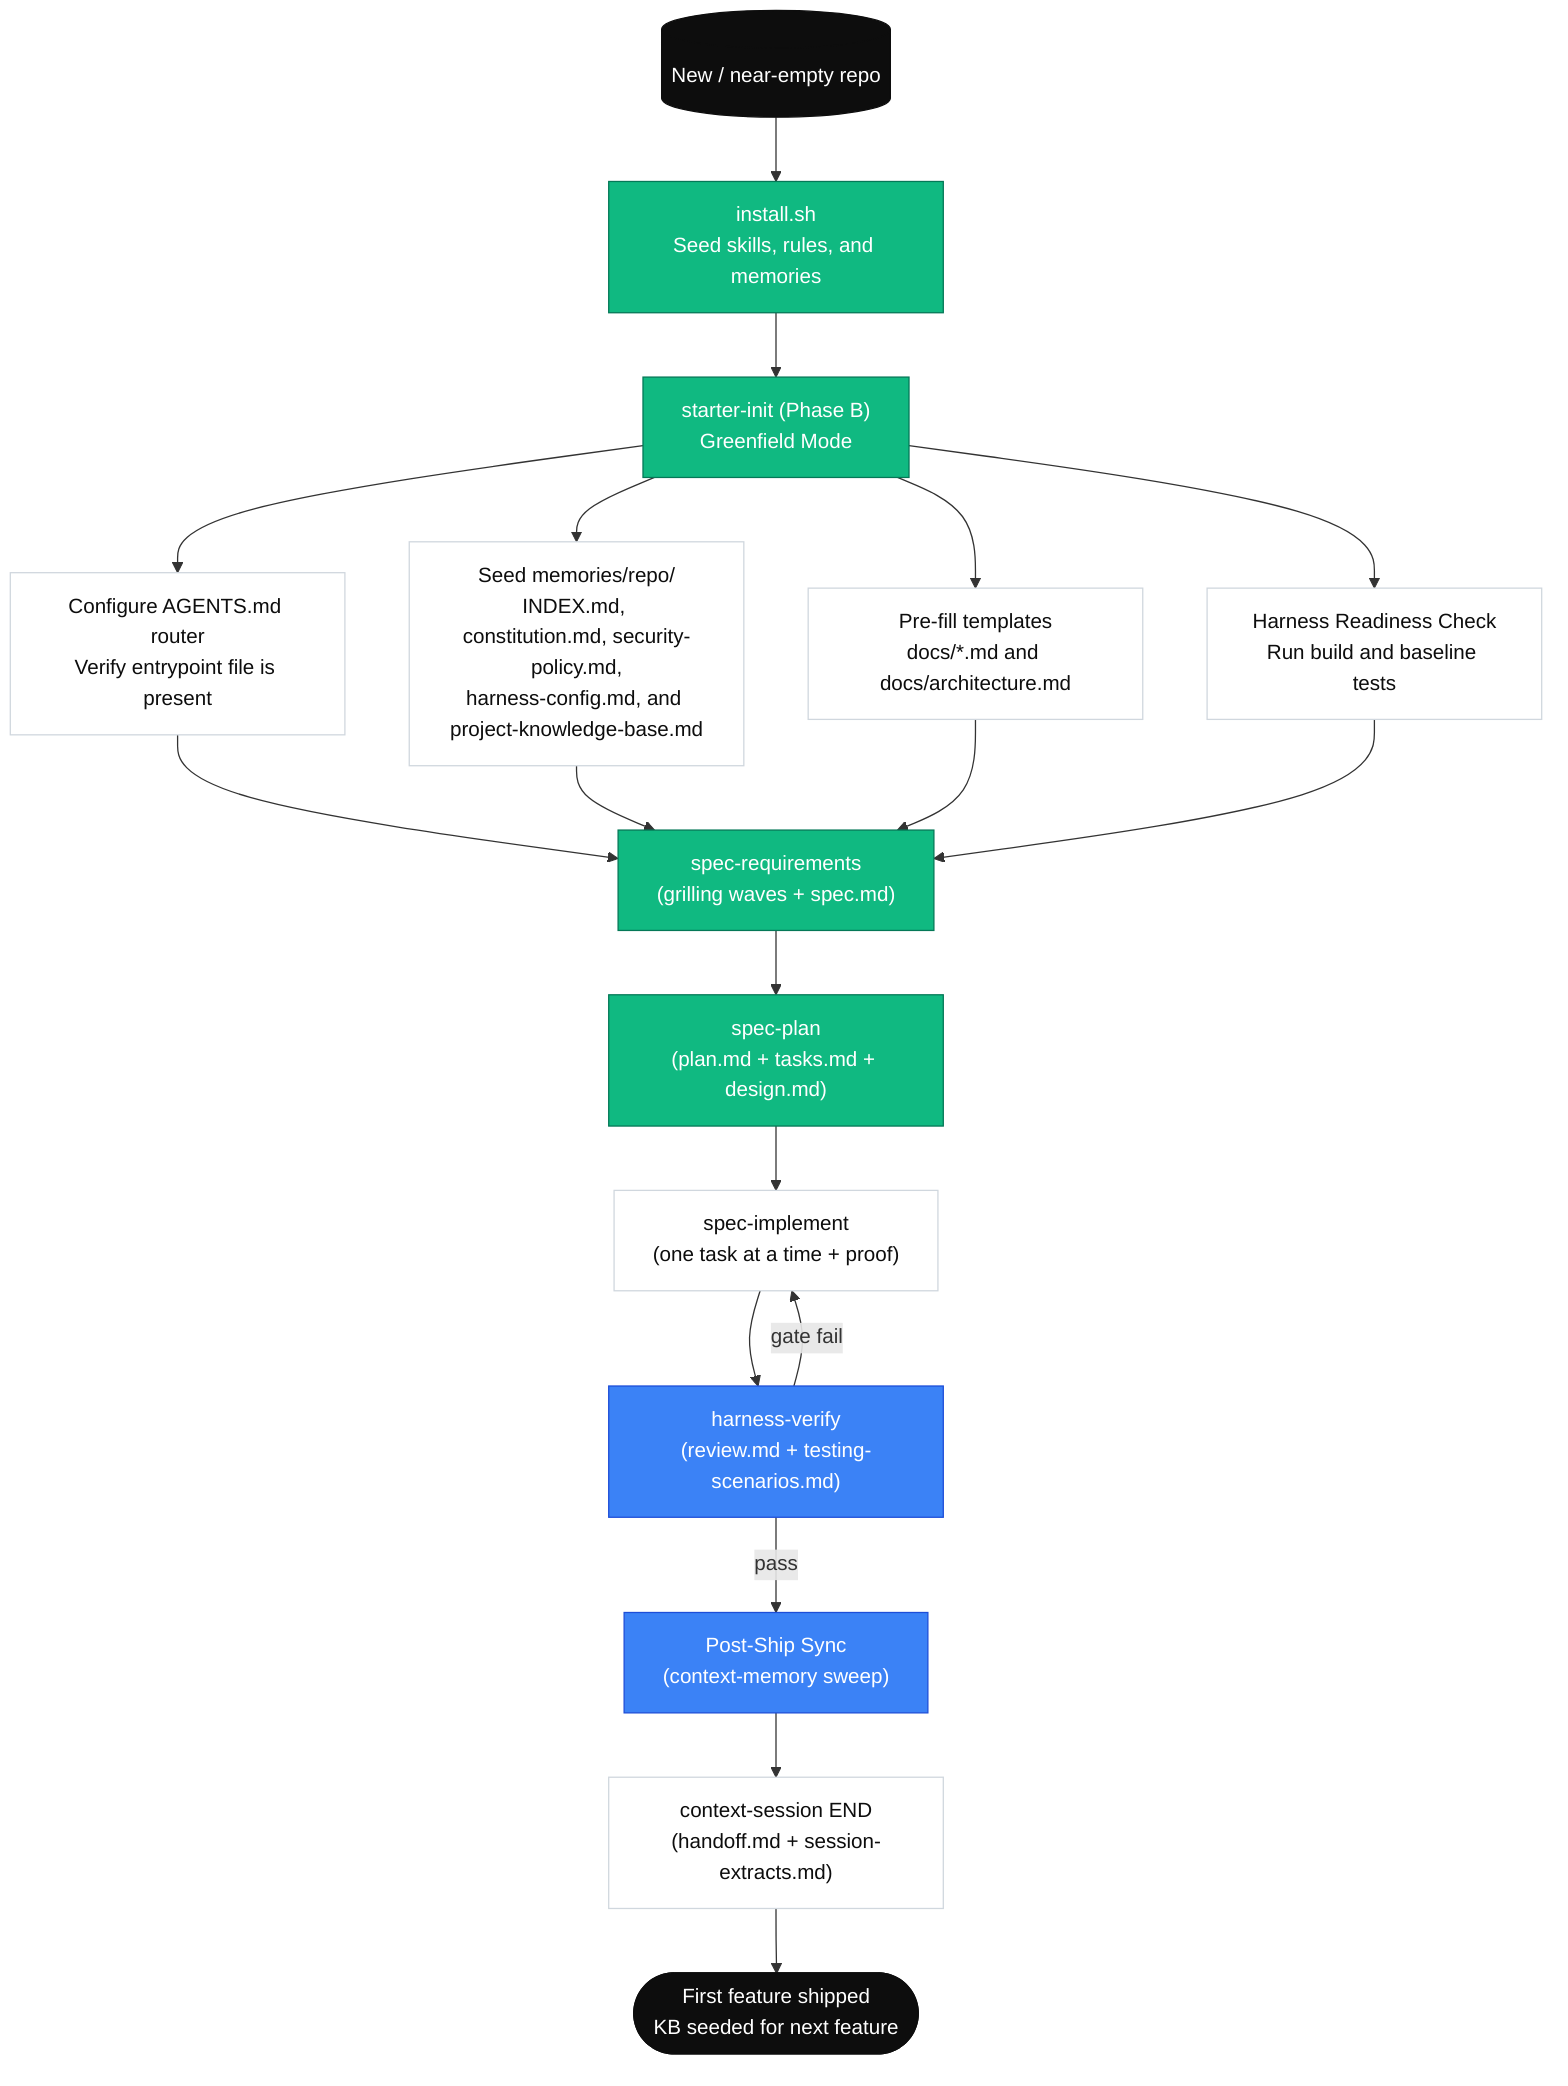
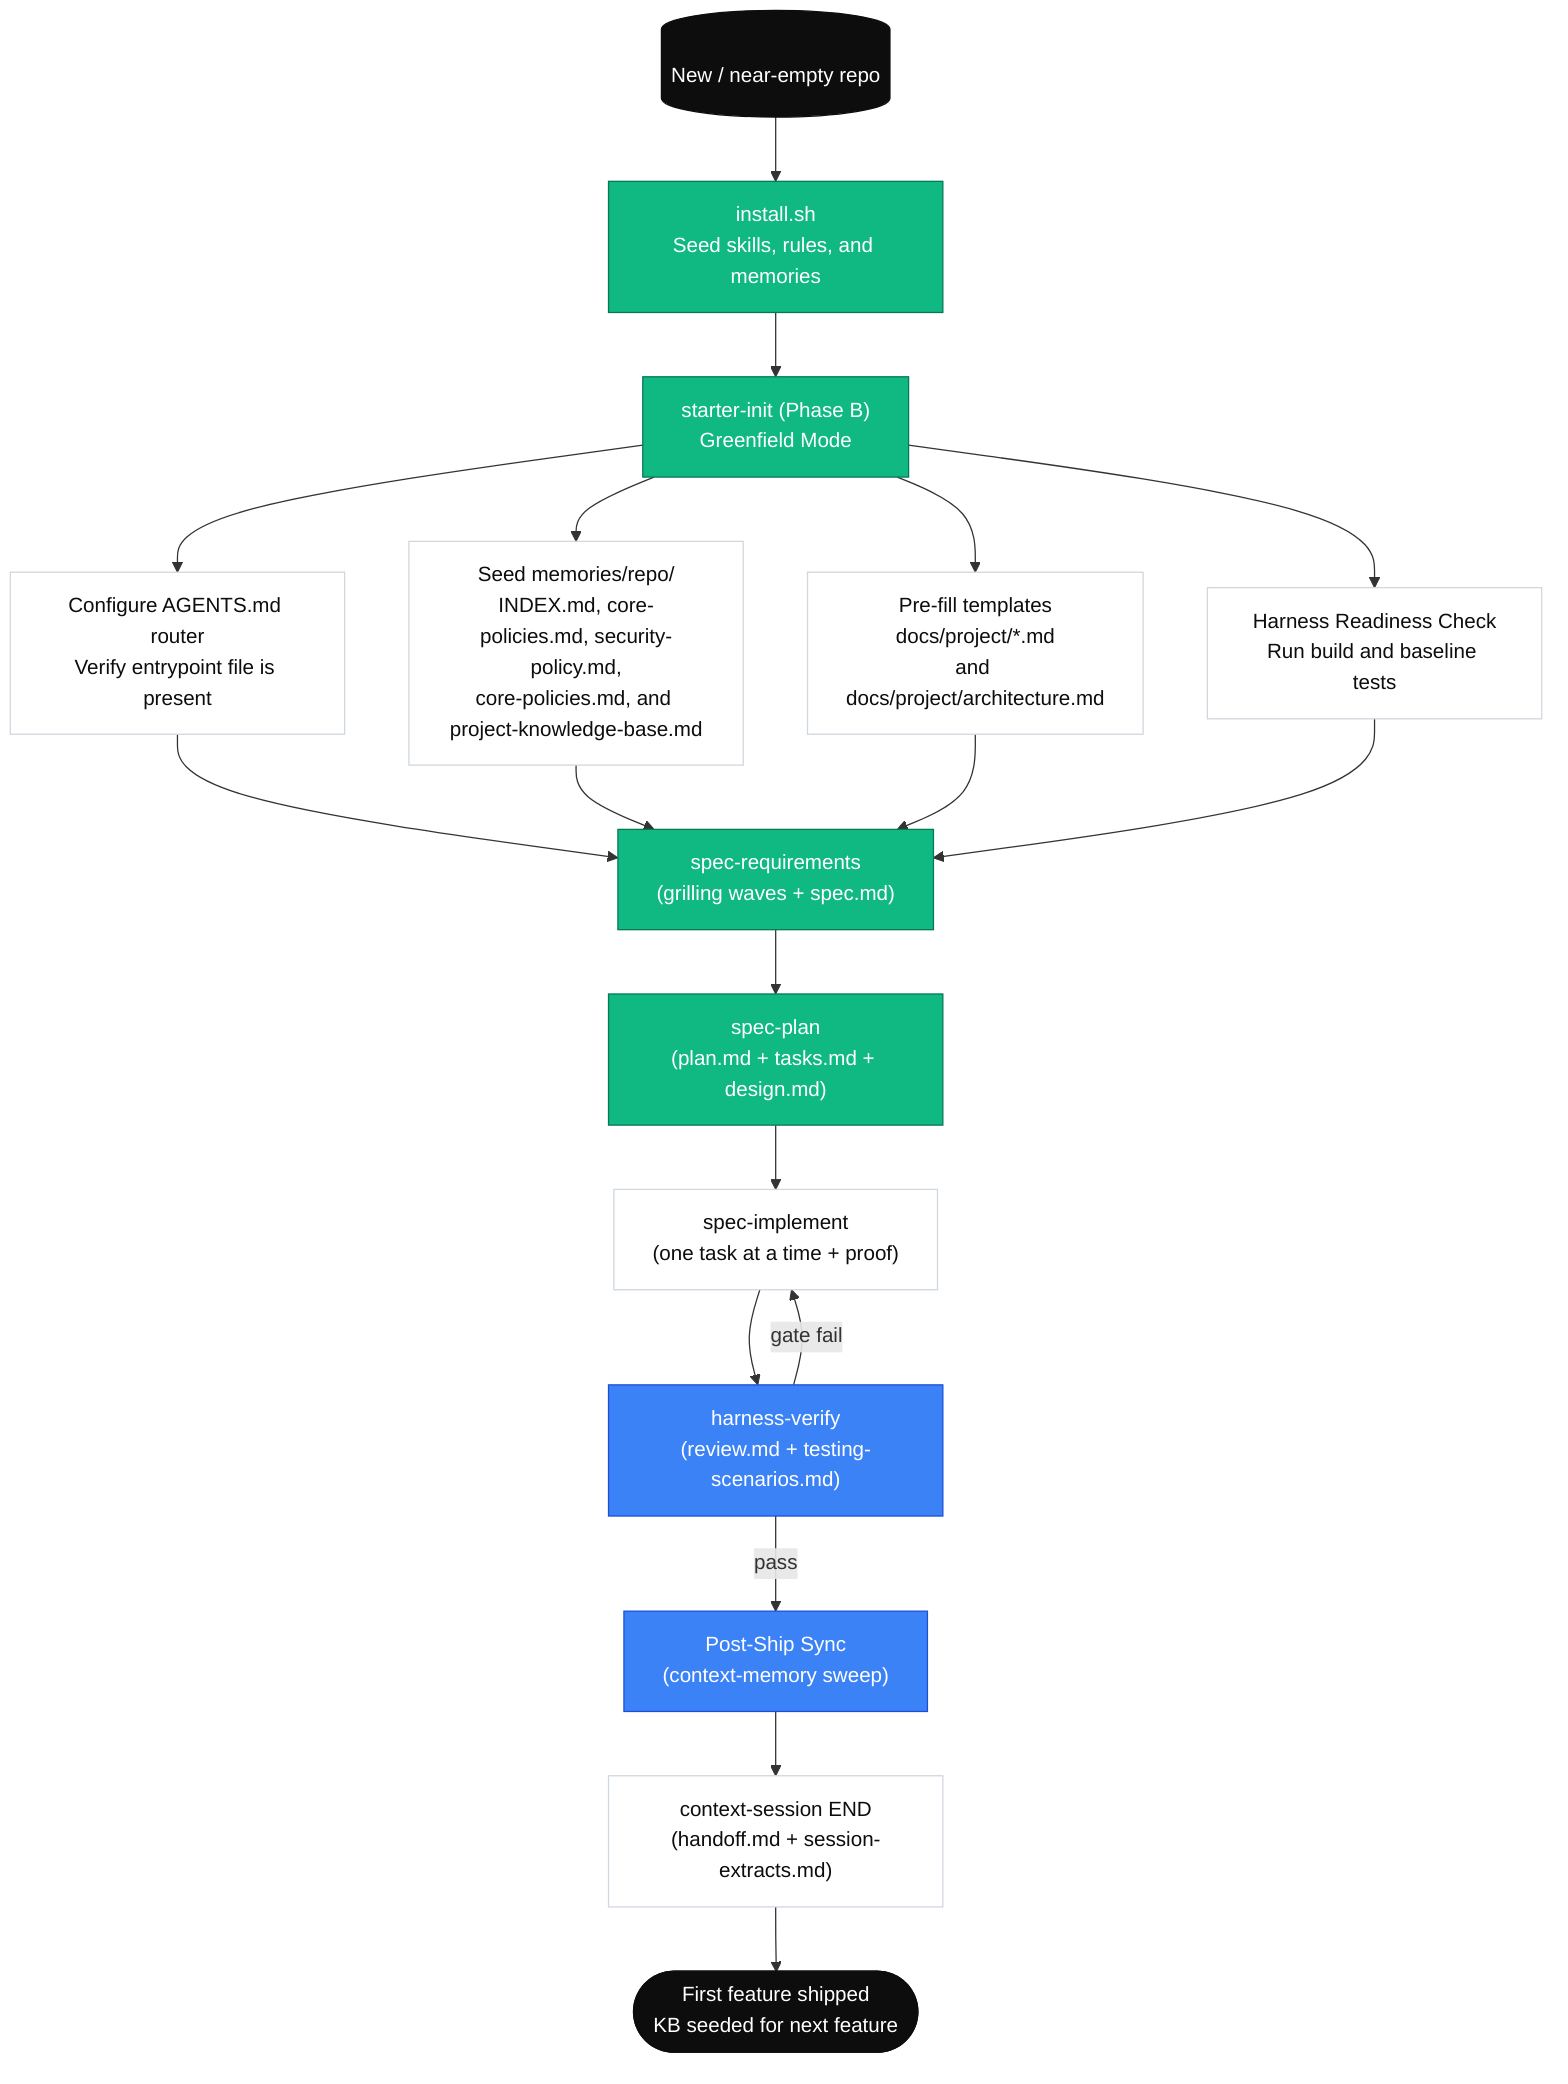
flowchart TD
    %% Greenfield Flow — new repo, install kit, ship first feature

    NEW[(New / near-empty repo)] --> BOOT["install.sh<br/>Seed skills, rules, and memories"]:::green
    BOOT --> INIT["starter-init (Phase B)<br/>Greenfield Mode"]:::green

    INIT --> AGENTS["Configure AGENTS.md router<br/>Verify entrypoint file is present"]:::step
-     INIT --> MEMSEED["Seed memories/repo/<br/>INDEX.md, constitution.md, security-policy.md,<br/>harness-config.md, and project-knowledge-base.md"]:::step
-     INIT --> TMPL["Pre-fill templates<br/>docs/*.md and docs/architecture.md"]:::step
+     INIT --> MEMSEED["Seed memories/repo/<br/>INDEX.md, core-policies.md, security-policy.md,<br/>core-policies.md, and project-knowledge-base.md"]:::step
+     INIT --> TMPL["Pre-fill templates<br/>docs/project/*.md<br/>and docs/project/architecture.md"]:::step
    INIT --> BASE["Harness Readiness Check<br/>Run build and baseline tests"]:::step

    AGENTS --> SPEC
    MEMSEED --> SPEC
    TMPL --> SPEC
    BASE --> SPEC["spec-requirements<br/>(grilling waves + spec.md)"]:::green

    SPEC --> PLAN["spec-plan<br/>(plan.md + tasks.md + design.md)"]:::green
    PLAN --> IMPL["spec-implement<br/>(one task at a time + proof)"]:::step
    IMPL --> VERIFY["harness-verify<br/>(review.md + testing-scenarios.md)"]:::gate

    VERIFY -- gate fail --> IMPL
    VERIFY -- pass --> SYNC["Post-Ship Sync<br/>(context-memory sweep)"]:::gate
    SYNC --> ENDS["context-session END<br/>(handoff.md + session-extracts.md)"]:::step
    ENDS --> DONE([First feature shipped<br/>KB seeded for next feature]):::terminal

    classDef terminal fill:#0d0d0d,stroke:#0d0d0d,color:#fff
    classDef green fill:#10b981,stroke:#047857,color:#fff
    classDef step fill:#fff,stroke:#d0d7de,color:#0d0d0d
    classDef gate fill:#3b82f6,stroke:#1d4ed8,color:#fff

    class NEW,DONE terminal
